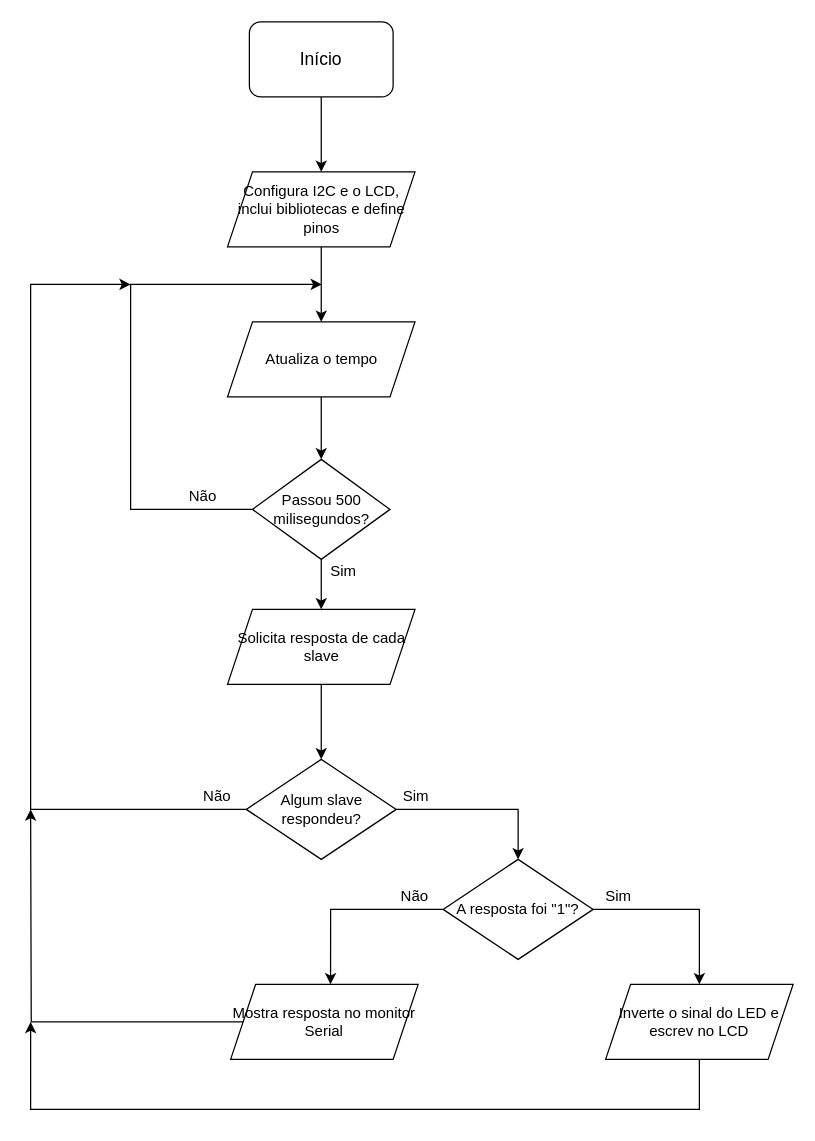
MDSBC/ESP32_Master_And_MultiplesSlaves keeps this draw.io diagram as MASTERFluxogram.drawio. Above is the earlier version. Source tidied: cells renumbered, new cells numbered last; positions are measured from the earlier drawing's top-left corner, leaving out a move shared by most shapes. Both pictures are drawn from the tidied source at 125%, with x=0, y=0 at pixel (30, 21).
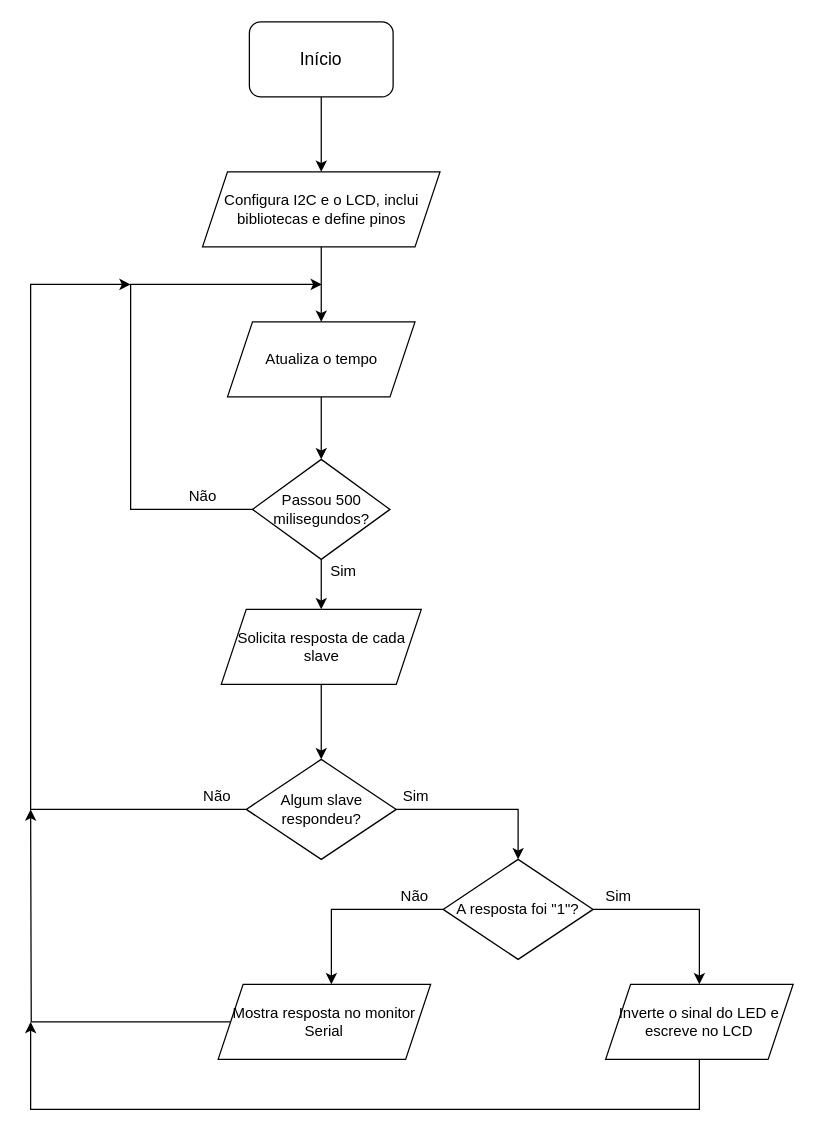
The same page after the edit.

What changed in the source:
```diff
@@
-    <mxCell id="5" value="Configura I2C e o LCD, inclui bibliotecas e define pinos" style="shape=parallelogram;perimeter=parallelogramPerimeter;whiteSpace=wrap;html=1;fixedSize=1;" parent="1" vertex="1">
-      <mxGeometry x="157.5" y="120" width="150" height="60" as="geometry" />
+    <mxCell id="5" value="Configura I2C e o LCD, inclui bibliotecas e define pinos" style="shape=parallelogram;perimeter=parallelogramPerimeter;fixedSize=1;align=center;whiteSpace=wrap;html=1;labelBorderColor=none;labelBackgroundColor=none;" parent="1" vertex="1">
+      <mxGeometry x="137.5" y="120" width="190" height="60" as="geometry" />
     </mxCell>
@@
     <mxCell id="19" value="Mostra resposta no monitor Serial" style="shape=parallelogram;perimeter=parallelogramPerimeter;whiteSpace=wrap;html=1;fixedSize=1;" parent="1" vertex="1">
-      <mxGeometry x="160" y="770" width="150" height="60" as="geometry" />
+      <mxGeometry x="150" y="770" width="170" height="60" as="geometry" />
     </mxCell>
@@
     <mxCell id="22" value="Solicita resposta de cada slave" style="shape=parallelogram;perimeter=parallelogramPerimeter;whiteSpace=wrap;html=1;fixedSize=1;" parent="1" vertex="1">
-      <mxGeometry x="157.5" y="470" width="150" height="60" as="geometry" />
+      <mxGeometry x="152.5" y="470" width="160" height="60" as="geometry" />
     </mxCell>
@@
-    <mxCell id="24" value="Inverte o sinal do LED e escrev no LCD" style="shape=parallelogram;perimeter=parallelogramPerimeter;whiteSpace=wrap;html=1;fixedSize=1;" parent="1" vertex="1">
+    <mxCell id="24" value="Inverte o sinal do LED e escreve no LCD" style="shape=parallelogram;perimeter=parallelogramPerimeter;whiteSpace=wrap;html=1;fixedSize=1;" parent="1" vertex="1">
       <mxGeometry x="460" y="770" width="150" height="60" as="geometry" />
     </mxCell>
```
